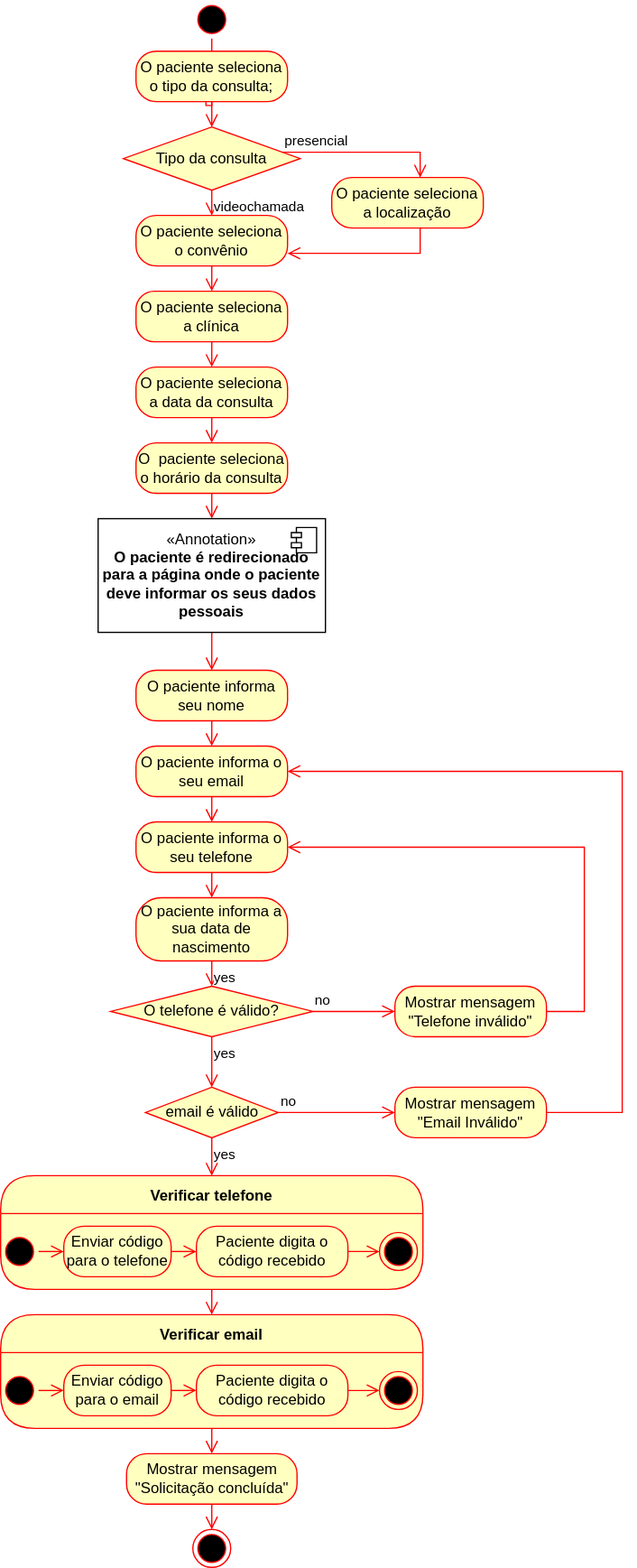
Earlier version of the draw.io export [UC01] Solicitar Consulta/Fluxo de Atividades [UC01] Solicitar Consulta.drawio.svg (SIGH-Projeto-de-Topicos/SIGH-Diagrams). Source tidied: cells renumbered, new cells last; positions are measured from the earlier drawing's top-left corner, leaving out a move shared by most shapes.
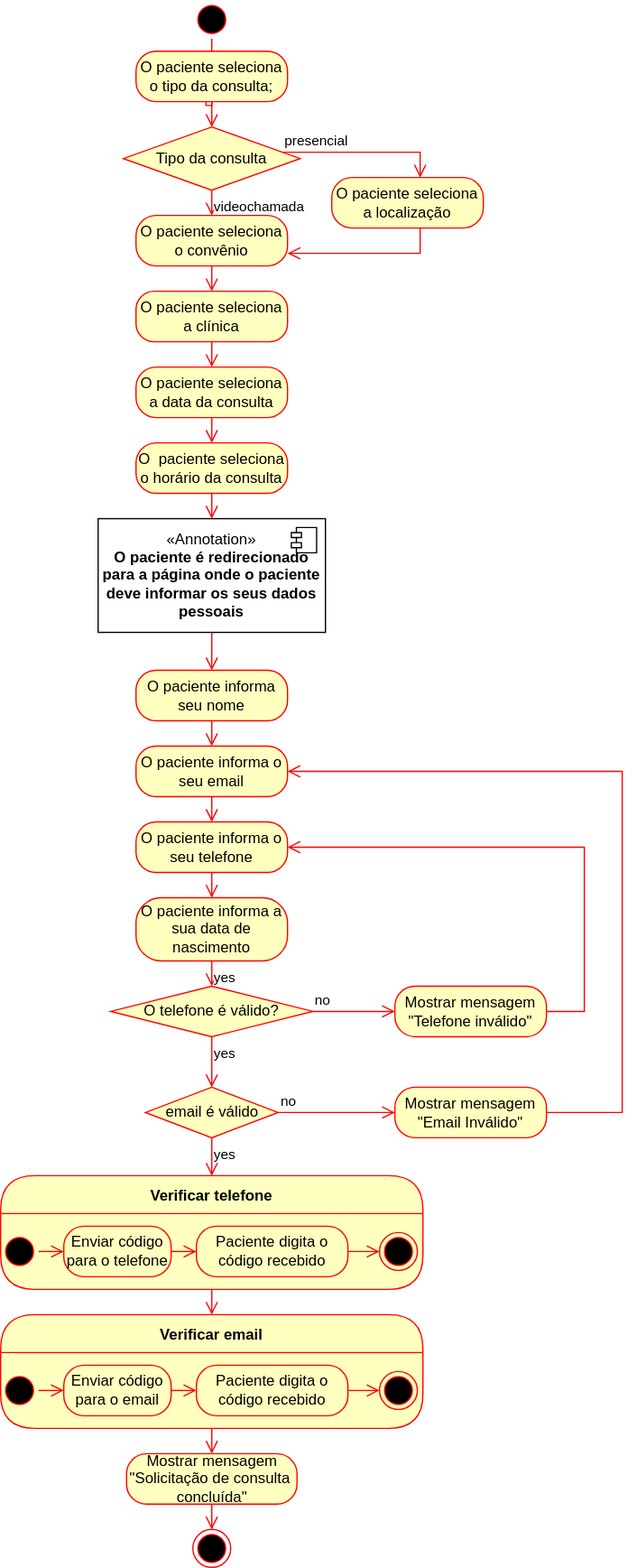
The same diagram one commit later.

Diff of the diagram source:
```diff
@@ -206,7 +206,7 @@
     <mxCell id="58" style="edgeStyle=orthogonalEdgeStyle;html=1;verticalAlign=bottom;endArrow=open;endSize=8;strokeColor=#ff0000;rounded=0;" parent="1" edge="1" source="57" target="56">
       <mxGeometry relative="1" as="geometry" />
     </mxCell>
-    <mxCell id="59" value="Mostrar mensagem &quot;Solicitação concluída&quot;" style="rounded=1;whiteSpace=wrap;html=1;arcSize=40;fontColor=#000000;fillColor=#ffffc0;strokeColor=#ff0000;" parent="1" vertex="1">
+    <mxCell id="59" value="Mostrar mensagem &quot;Solicitação de consulta&amp;nbsp; concluída&quot;" style="rounded=1;whiteSpace=wrap;html=1;arcSize=40;fontColor=#000000;fillColor=#ffffc0;strokeColor=#ff0000;" parent="1" vertex="1">
       <mxGeometry x="99.5" y="1150" width="135" height="40" as="geometry" />
     </mxCell>
     <mxCell id="60" style="edgeStyle=orthogonalEdgeStyle;html=1;verticalAlign=bottom;endArrow=open;endSize=8;strokeColor=#ff0000;rounded=0;" parent="1" edge="1" source="59" target="29">
```
